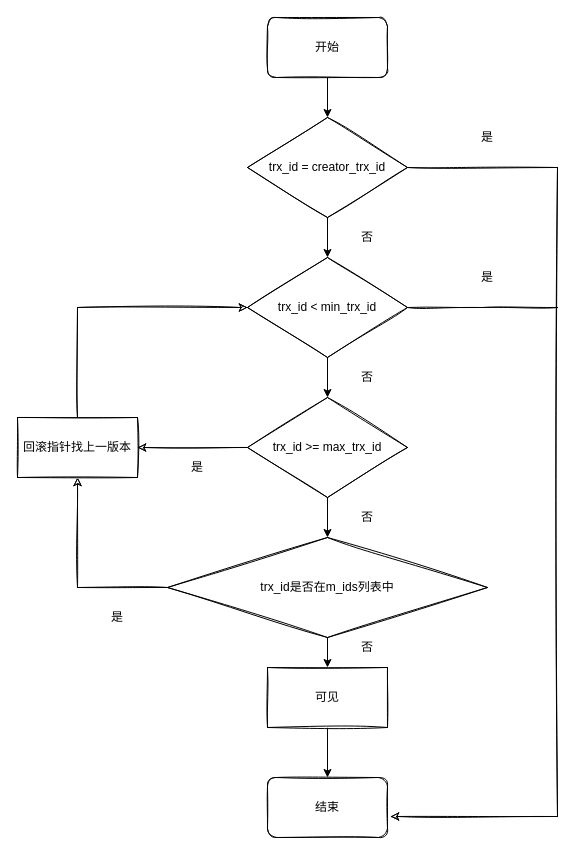
erlieStar/mysql-ask keeps this draw.io diagram as image/mvcc的执行过程.drawio. Above is the earlier version. Source tidied: cells renumbered, new cells numbered last; positions are measured from the earlier drawing's top-left corner, leaving out a move shared by most shapes. Both pictures are drawn from the tidied source at 100%, with x=0, y=0 at pixel (17, 17).
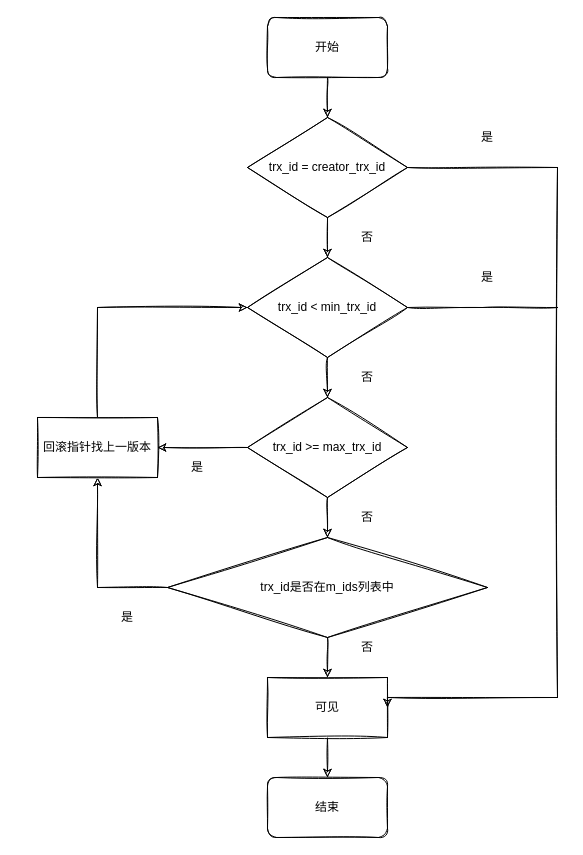
After the change.

Commit message (it also covers changes not shown here):
Update mvcc的执行过程.drawio

The change refers to these unchanged cells:
```xml
<mxCell id="3" value="开始" style="rounded=1;whiteSpace=wrap;html=1;sketch=1;" parent="1" vertex="1">
  <mxGeometry x="250" width="120" height="60" as="geometry" />
</mxCell>
<mxCell id="4" value="结束" style="rounded=1;whiteSpace=wrap;html=1;sketch=1;" parent="1" vertex="1">
  <mxGeometry x="250" y="760" width="120" height="60" as="geometry" />
</mxCell>
<mxCell id="7" value="trx_id &amp;lt; min_trx_id" style="rhombus;whiteSpace=wrap;html=1;sketch=1;" parent="1" vertex="1">
  <mxGeometry x="230" y="240" width="160" height="100" as="geometry" />
</mxCell>
<mxCell id="10" value="trx_id &amp;gt;= max_trx_id" style="rhombus;whiteSpace=wrap;html=1;sketch=1;" parent="1" vertex="1">
  <mxGeometry x="230" y="380" width="160" height="100" as="geometry" />
</mxCell>
<mxCell id="15" value="trx_id是否在m_ids列表中" style="rhombus;whiteSpace=wrap;html=1;sketch=1;" parent="1" vertex="1">
  <mxGeometry x="150" y="520" width="320" height="100" as="geometry" />
</mxCell>
<mxCell id="20" value="trx_id = creator_trx_id" style="rhombus;whiteSpace=wrap;html=1;shadow=0;sketch=1;" parent="1" vertex="1">
  <mxGeometry x="230" y="100" width="160" height="100" as="geometry" />
</mxCell>
```

What changed in the source:
```diff
@@
-    <mxCell id="2" style="edgeStyle=orthogonalEdgeStyle;rounded=0;jettySize=auto;html=1;" parent="1" edge="1" source="3" target="20">
+    <mxCell id="2" style="edgeStyle=orthogonalEdgeStyle;rounded=0;jettySize=auto;html=1;sketch=1;" parent="1" edge="1" source="3" target="20">
       <mxGeometry relative="1" as="geometry" />
     </mxCell>
@@
-    <mxCell id="5" style="edgeStyle=orthogonalEdgeStyle;rounded=0;jettySize=auto;html=1;" parent="1" edge="1" source="7" target="10">
+    <mxCell id="5" style="edgeStyle=orthogonalEdgeStyle;rounded=0;jettySize=auto;html=1;sketch=1;" parent="1" edge="1" source="7" target="10">
       <mxGeometry relative="1" as="geometry" />
     </mxCell>
@@
-    <mxCell id="8" style="edgeStyle=orthogonalEdgeStyle;rounded=0;jettySize=auto;html=1;" parent="1" edge="1" source="10" target="15">
+    <mxCell id="8" style="edgeStyle=orthogonalEdgeStyle;rounded=0;jettySize=auto;html=1;sketch=1;" parent="1" edge="1" source="10" target="15">
       <mxGeometry relative="1" as="geometry" />
     </mxCell>
@@
-    <mxCell id="11" style="edgeStyle=orthogonalEdgeStyle;rounded=0;jettySize=auto;html=1;" parent="1" edge="1" source="12" target="4">
+    <mxCell id="11" style="edgeStyle=orthogonalEdgeStyle;rounded=0;jettySize=auto;html=1;sketch=1;" parent="1" edge="1" source="12" target="4">
       <mxGeometry relative="1" as="geometry" />
     </mxCell>
     <mxCell id="12" value="可见" style="rounded=0;whiteSpace=wrap;html=1;glass=0;sketch=1;" parent="1" vertex="1">
-      <mxGeometry x="250" y="650" width="120" height="60" as="geometry" />
+      <mxGeometry x="250" y="660" width="120" height="60" as="geometry" />
     </mxCell>
-    <mxCell id="13" style="edgeStyle=orthogonalEdgeStyle;rounded=0;jettySize=auto;html=1;" parent="1" edge="1" source="15" target="12">
+    <mxCell id="13" style="edgeStyle=orthogonalEdgeStyle;rounded=0;jettySize=auto;html=1;sketch=1;" parent="1" edge="1" source="15" target="12">
       <mxGeometry relative="1" as="geometry" />
     </mxCell>
@@
     <mxCell id="17" value="回滚指针找上一版本" style="rounded=0;whiteSpace=wrap;html=1;sketch=1;" parent="1" vertex="1">
-      <mxGeometry y="400" width="120" height="60" as="geometry" />
+      <mxGeometry x="20" y="400" width="120" height="60" as="geometry" />
     </mxCell>
-    <mxCell id="18" style="edgeStyle=orthogonalEdgeStyle;rounded=0;jettySize=auto;html=1;" parent="1" edge="1" source="20" target="7">
+    <mxCell id="18" style="edgeStyle=orthogonalEdgeStyle;rounded=0;jettySize=auto;html=1;sketch=1;" parent="1" edge="1" source="20" target="7">
       <mxGeometry relative="1" as="geometry" />
     </mxCell>
-    <mxCell id="19" style="edgeStyle=orthogonalEdgeStyle;rounded=0;jettySize=auto;html=1;exitX=1;exitY=0.5;exitDx=0;exitDy=0;entryX=1.025;entryY=0.65;entryDx=0;entryDy=0;entryPerimeter=0;sketch=1;" parent="1" edge="1" source="20" target="4">
+    <mxCell id="19" style="edgeStyle=orthogonalEdgeStyle;rounded=0;jettySize=auto;html=1;exitX=1;exitY=0.5;exitDx=0;exitDy=0;entryX=1;entryY=0.5;entryDx=0;entryDy=0;sketch=1;" parent="1" edge="1" source="20" target="12">
       <mxGeometry relative="1" as="geometry">
         <Array as="points">
           <mxPoint x="540" y="150" />
-          <mxPoint x="540" y="799" />
+          <mxPoint x="540" y="680" />
         </Array>
       </mxGeometry>
     </mxCell>
@@
     <mxCell id="27" value="是" style="text;html=1;strokeColor=none;fillColor=none;align=center;verticalAlign=middle;whiteSpace=wrap;rounded=0;" parent="1" vertex="1">
-      <mxGeometry x="80" y="590" width="40" height="20" as="geometry" />
+      <mxGeometry x="90" y="590" width="40" height="20" as="geometry" />
     </mxCell>
```
